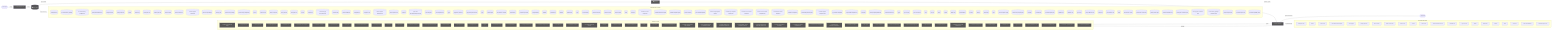
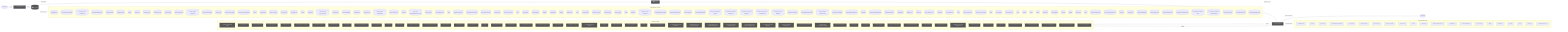
flowchart LR
  UserQ(["👤 User Query"])
  Embed["📐 Embedding Model"]
  VecDB[("📚 Vector Store")]
  Retriever["🔍 Retriever"]
  LLMNode["🧠 LLM / Generator"]
  Output(["✅ Response"])
  UserQ -->|query| Embed
  Embed -->|vector| VecDB
  VecDB -->|top-k chunks| Retriever
  Retriever -->|context + query| LLMNode
  LLMNode -->|generated answer| Output
  subgraph DetectedMemory["Detected memory stores"]
    det_detectedmemory_cli_dispatch_test_54c9f17b[("cli-dispatch.test")]
    det_detectedmemory_run_local_memory_preflight_36e92808[("run-local-memory-preflight")]
    det_detectedmemory_run_local_memory_preflight_test_1d7c5aa0[("run-local-memory-preflight.test")]
    det_detectedmemory_pr_template_validator_test_569b1cef[("pr-template-validator.test")]
    det_detectedmemory_tooling_audit_test_d2aee28c[("tooling-audit.test")]
    det_detectedmemory_tooling_audit_core_328d6a41[("tooling-audit-core")]
    det_detectedmemory_search_24193290[("search")]
    det_detectedmemory_search_test_0c66bc11[("search.test")]
    det_detectedmemory_review_gate_test_000e2ed6[("review-gate.test")]
    det_detectedmemory_review_gate_core_4c8001f9[("review-gate-core")]
    det_detectedmemory_review_context_ca6cf81d[("review-context")]
    det_detectedmemory_review_context_test_89806d6c[("review-context.test")]
    det_detectedmemory_refresh_diagram_context_test_03bf21c4[("refresh-diagram-context.test")]
    det_detectedmemory_pattern_scope_siblings_43abe000[("pattern-scope-siblings")]
    det_detectedmemory_memory_gate_a577a506[("memory-gate")]
    det_detectedmemory_local_memory_preflight_dcc36c42[("local-memory-preflight")]
    det_detectedmemory_local_memory_preflight_test_5e323bbf[("local-memory-preflight.test")]
    det_detectedmemory_init_test_cbba76a6[("init.test")]
    det_detectedmemory_index_context_de3ed39d[("index-context")]
    det_detectedmemory_index_context_test_1949ea6f[("index-context.test")]
    det_detectedmemory_docs_gate_test_a25e972f[("docs-gate.test")]
    det_detectedmemory_docs_gate_core_eb9b6c18[("docs-gate-core")]
    det_detectedmemory_context_ea7792a2[("context")]
    det_detectedmemory_context_test_57aad306[("context.test")]
    det_detectedmemory_context_integrity_acceptance_test_59f961b1[("context-integrity-acceptance.test")]
    det_detectedmemory_context_health_80bb7da9[("context-health")]
    det_detectedmemory_context_health_test_3b5b87f3[("context-health.test")]
    det_detectedmemory_ci_migrate_test_2a015bb9[("ci-migrate.test")]
    det_detectedmemory_ci_migrate_core_7005b5af[("ci-migrate-core")]
    det_detectedmemory_check_diagram_freshness_test_c1dc40aa[("check-diagram-freshness.test")]
    det_detectedmemory_branch_protect_core_a8feb0fd[("branch-protect-core")]
    det_detectedmemory_brain_test_428d4d67[("brain.test")]
    det_detectedmemory_agent_first_throughput_integration_test_dc677cc4[("agent-first-throughput.integration.test")]
    det_detectedmemory_overload_guard_2748c559[("overload-guard")]
    det_detectedmemory_overload_guard_test_6ece9f86[("overload-guard.test")]
-     det_detectedmemory_types_4_822d0f88[("types")]
+     det_detectedmemory_types_3_9675d69b[("types")]
    det_detectedmemory_suggestion_generator_0956f794[("suggestion-generator")]
    det_detectedmemory_suggestion_generator_test_f68e9892[("suggestion-generator.test")]
-     det_detectedmemory_types_7_2f1ed65e[("types")]
-     det_detectedmemory_claim_helpers_20dc8387[("claim-helpers")]
    det_detectedmemory_performance_overload_c685bfcf[("performance-overload")]
    det_detectedmemory_local_memory_0db17ecc[("local-memory")]
    det_detectedmemory_local_memory_smoke_1175abfc[("local-memory-smoke")]
+     det_detectedmemory_types_8_f6283648[("types")]
+     det_detectedmemory_claim_helpers_20dc8387[("claim-helpers")]
    det_detectedmemory_tooling_baseline_50ab2eeb[("tooling-baseline")]
    det_detectedmemory_classifier_fe1991a9[("classifier")]
    det_detectedmemory_classifier_test_3859cceb[("classifier.test")]
    det_detectedmemory_validator_1_0c0621d8[("validator")]
    det_detectedmemory_validator_test_1_c5015ca0[("validator.test")]
    det_detectedmemory_types_12_2b09659a[("types")]
    det_detectedmemory_metrics_tracker_98cec29c[("metrics-tracker")]
    det_detectedmemory_metrics_tracker_test_3de156fa[("metrics-tracker.test")]
    det_detectedmemory_branch_enforcer_acb749cd[("branch-enforcer")]
    det_detectedmemory_review_context_1_e3afed15[("review-context")]
    det_detectedmemory_index_2_10143590[("index")]
    det_detectedmemory_eval_seed_5699fd3e[("eval-seed")]
    det_detectedmemory_workflow_contract_scripts_test_681e2e3c[("workflow-contract-scripts.test")]
    det_detectedmemory_scaffold_workflow_template_92310587[("scaffold-workflow-template")]
    det_detectedmemory_scaffold_template_registry_b1cce2aa[("scaffold-template-registry")]
    det_detectedmemory_scaffold_surfaces_12d6494e[("scaffold-surfaces")]
    det_detectedmemory_scaffold_shell_templates_0ad0f915[("scaffold-shell-templates")]
    det_detectedmemory_scaffold_script_template_registry_69312d4e[("scaffold-script-template-registry")]
    det_detectedmemory_scaffold_script_template_registry_test_6a8ebefe[("scaffold-script-template-registry.test")]
    det_detectedmemory_scaffold_root_command_templates_404fed7f[("scaffold-root-command-templates")]
    det_detectedmemory_scaffold_root_command_templates_test_14596939[("scaffold-root-command-templates.test")]
    det_detectedmemory_scaffold_environment_templates_c1ceba6a[("scaffold-environment-templates")]
    det_detectedmemory_scaffold_doc_templates_f6152330[("scaffold-doc-templates")]
    det_detectedmemory_scaffold_diagram_templates_dd88e83c[("scaffold-diagram-templates")]
    det_detectedmemory_scaffold_diagram_templates_test_f3774c28[("scaffold-diagram-templates.test")]
    det_detectedmemory_project_brain_templates_7ef51530[("project-brain-templates")]
    det_detectedmemory_project_brain_templates_test_0b6509f2[("project-brain-templates.test")]
    det_detectedmemory_init_modes_c05ceb07[("init-modes")]
    det_detectedmemory_codex_preflight_symlink_test_037558db[("codex-preflight-symlink.test")]
    det_detectedmemory_harness_decision_test_7e5a4fe5[("harness-decision.test")]
-     det_detectedmemory_types_18_37582e2a[("types")]
+     det_detectedmemory_validator_test_5_2bb3219d[("validator.test")]
+     det_detectedmemory_validator_core_1_1518647e[("validator-core")]
+     det_detectedmemory_types_core_1_8bd0f8fd[("types-core")]
+     det_detectedmemory_policy_validators_core_714a3fe7[("policy-validators-core")]
+     det_detectedmemory_loader_test_03424671[("loader.test")]
+     det_detectedmemory_json_schema_core_96d7e328[("json-schema-core")]
+     det_detectedmemory_index_5_522f772a[("index")]
+     det_detectedmemory_harness_run_context_ac7c77a9[("harness-run-context")]
+     det_detectedmemory_harness_run_context_test_c6937fed[("harness-run-context.test")]
+     det_detectedmemory_types_19_eb4ad5f0[("types")]
    det_detectedmemory_sync_contract_c79fa191[("sync-contract")]
    det_detectedmemory_sync_contract_test_5dc3165c[("sync-contract.test")]
    det_detectedmemory_store_824d80d7[("store")]
    det_detectedmemory_sources_1_e133d97d[("sources")]
    det_detectedmemory_rollout_a4fa034c[("rollout")]
    det_detectedmemory_ollama_76e3c7bf[("ollama")]
    det_detectedmemory_ollama_test_71f9750e[("ollama.test")]
    det_detectedmemory_lexical_fallback_723e2b3e[("lexical-fallback")]
    det_detectedmemory_init_error_5c7dd49f[("init-error")]
    det_detectedmemory_indexer_70fa78e5[("indexer")]
    det_detectedmemory_indexer_test_d492f0aa[("indexer.test")]
-     det_detectedmemory_index_5_522f772a[("index")]
+     det_detectedmemory_index_6_fc9e91e2[("index")]
    det_detectedmemory_context_compact_policy_3dcaf95d[("context-compact-policy")]
    det_detectedmemory_context_compact_policy_test_da148267[("context-compact-policy.test")]
    det_detectedmemory_constants_7517017f[("constants")]
    det_detectedmemory_constants_test_5492ae98[("constants.test")]
    det_detectedmemory_command_registry_test_0cf92cba[("command-registry.test")]
-     det_detectedmemory_validator_test_5_2bb3219d[("validator.test")]
-     det_detectedmemory_validator_core_1_1518647e[("validator-core")]
-     det_detectedmemory_types_core_1_8bd0f8fd[("types-core")]
-     det_detectedmemory_policy_validators_core_714a3fe7[("policy-validators-core")]
-     det_detectedmemory_loader_test_03424671[("loader.test")]
-     det_detectedmemory_json_schema_core_96d7e328[("json-schema-core")]
-     det_detectedmemory_index_6_fc9e91e2[("index")]
-     det_detectedmemory_harness_run_context_ac7c77a9[("harness-run-context")]
-     det_detectedmemory_harness_run_context_test_c6937fed[("harness-run-context.test")]
    det_detectedmemory_branch_protect_sync_570adb18[("branch-protect-sync")]
    det_detectedmemory_module_boundaries_test_c0caf46b[("module-boundaries.test")]
    det_detectedmemory_review_gate_command_spec_3187376a[("review-gate-command-spec")]
    det_detectedmemory_memory_gate_command_spec_dc9001a9[("memory-gate-command-spec")]
    det_detectedmemory_local_memory_preflight_command_spec_9e23f3ce[("local-memory-preflight-command-spec")]
    det_detectedmemory_command_specs_test_7f693e85[("command-specs.test")]
    det_detectedmemory_command_specs_core_1c0ffc99[("command-specs-core")]
    det_detectedmemory_command_capability_rules_ca3f496a[("command-capability-rules")]
  end
  VecDB -. "implemented by" .-> DetectedMemory
  subgraph DetectedLLM["Detected LLM clients"]
    det_detectedllm_cli_dispatch_test_54c9f17b["cli-dispatch.test"]
    det_detectedllm_search_24193290["search"]
    det_detectedllm_search_test_0c66bc11["search.test"]
    det_detectedllm_remediate_runner_helpers_929fedcc["remediate-runner-helpers"]
    det_detectedllm_prompt_gate_c5e9d207["prompt-gate"]
    det_detectedllm_prompt_gate_test_1a442b27["prompt-gate.test"]
    det_detectedllm_index_context_de3ed39d["index-context"]
    det_detectedllm_index_context_test_1949ea6f["index-context.test"]
    det_detectedllm_contract_test_2262847f["contract.test"]
    det_detectedllm_context_ea7792a2["context"]
    det_detectedllm_context_test_57aad306["context.test"]
    det_detectedllm_check_environment_core_2c16213f["check-environment-core"]
    det_detectedllm_sensitive_text_7c11f760["sensitive-text"]
+     det_detectedllm_north_star_validators_cfc926ce["north-star-validators"]
    det_detectedllm_sync_contract_c79fa191["sync-contract"]
    det_detectedllm_ollama_76e3c7bf["ollama"]
    det_detectedllm_ollama_test_71f9750e["ollama.test"]
    det_detectedllm_indexer_70fa78e5["indexer"]
-     det_detectedllm_index_5_522f772a["index"]
+     det_detectedllm_index_6_fc9e91e2["index"]
    det_detectedllm_constants_7517017f["constants"]
-     det_detectedllm_north_star_validators_cfc926ce["north-star-validators"]
    det_detectedllm_command_specs_core_1c0ffc99["command-specs-core"]
  end
  LLMNode -. "implemented by" .-> DetectedLLM
  subgraph DetectedTools["Agentic tool calls"]
    det_detectedtools_collect_observed_eval_usage_1724425c["🔧 collect-observed-eval-usage"]
    det_detectedtools_verify_work_test_0e12f6c5["🔧 verify-work.test"]
    det_detectedtools_review_gate_test_000e2ed6["🔧 review-gate.test"]
    det_detectedtools_review_gate_core_4c8001f9["🔧 review-gate-core"]
    det_detectedtools_remediate_test_6f59cafe["🔧 remediate.test"]
    det_detectedtools_remediate_runner_helpers_929fedcc["🔧 remediate-runner-helpers"]
    det_detectedtools_remediate_cli_output_cc165396["🔧 remediate-cli-output"]
    det_detectedtools_pr_closeout_test_1_be1a0df1["🔧 pr-closeout.test"]
    det_detectedtools_policy_gate_213f7313["🔧 policy-gate"]
    det_detectedtools_next_blocked_decisions_4140ad2b["🔧 next-blocked-decisions"]
    det_detectedtools_learnings_test_e45e0253["🔧 learnings.test"]
    det_detectedtools_init_test_cbba76a6["🔧 init.test"]
    det_detectedtools_doctor_test_e032e8b5["🔧 doctor.test"]
    det_detectedtools_doctor_tool_checks_4acac51a["🔧 doctor-tool-checks"]
    det_detectedtools_doctor_github_tool_checks_a53b0382["🔧 doctor-github-tool-checks"]
    det_detectedtools_doctor_checks_5a2eb2b9["🔧 doctor-checks"]
    det_detectedtools_docs_gate_test_a25e972f["🔧 docs-gate.test"]
    det_detectedtools_ci_migrate_core_7005b5af["🔧 ci-migrate-core"]
    det_detectedtools_types_1_4ecdf56e["🔧 types"]
    det_detectedtools_orchestrator_test_1_c291cde7["🔧 orchestrator.test"]
    det_detectedtools_tooling_baseline_50ab2eeb["🔧 tooling-baseline"]
    det_detectedtools_tooling_baseline_test_d272ddb6["🔧 tooling-baseline.test"]
    det_detectedtools_evaluation_engine_core_e054fe49["🔧 evaluation-engine-core"]
    det_detectedtools_normalise_test_73e8a615["🔧 normalise.test"]
    det_detectedtools_normalise_renderer_85f2e563["🔧 normalise-renderer"]
    det_detectedtools_normalise_he_phase_exit_test_1788efc4["🔧 normalise-he-phase-exit.test"]
    det_detectedtools_validator_1_0c0621d8["🔧 validator"]
    det_detectedtools_metrics_tracker_98cec29c["🔧 metrics-tracker"]
    det_detectedtools_metrics_tracker_test_3de156fa["🔧 metrics-tracker.test"]
    det_detectedtools_client_1_914e1681["🔧 client"]
-     det_detectedtools_pr_creator_dc6b1ea4["🔧 pr-creator"]
    det_detectedtools_scaffold_shell_quality_test_79567d03["🔧 scaffold-shell-quality.test"]
    det_detectedtools_scaffold_release_private_npm_template_075499f8["🔧 scaffold-release-private-npm-template"]
    det_detectedtools_scaffold_github_actions_pr_pipeline_template_e2b85f62["🔧 scaffold-github-actions-pr-pipeline-template"]
    det_detectedtools_scaffold_github_actions_pr_pipeline_template_test_be464a7b["🔧 scaffold-github-actions-pr-pipeline-template.test"]
    det_detectedtools_scaffold_github_actions_pr_pipeline_renderer_1ee18de5["🔧 scaffold-github-actions-pr-pipeline-renderer"]
    det_detectedtools_scaffold_github_actions_pr_pipeline_renderer_test_2cc38272["🔧 scaffold-github-actions-pr-pipeline-renderer.test"]
    det_detectedtools_scaffold_environment_templates_c1ceba6a["🔧 scaffold-environment-templates"]
    det_detectedtools_scaffold_environment_templates_test_b31b6a0c["🔧 scaffold-environment-templates.test"]
    det_detectedtools_scaffold_config_templates_4b80ce53["🔧 scaffold-config-templates"]
    det_detectedtools_scaffold_codex_environment_templates_334fbbed["🔧 scaffold-codex-environment-templates"]
    det_detectedtools_scaffold_ci_templates_2afd6392["🔧 scaffold-ci-templates"]
    det_detectedtools_init_output_360dce91["🔧 init-output"]
+     det_detectedtools_pr_creator_dc6b1ea4["🔧 pr-creator"]
    det_detectedtools_closure_evidence_aaa31467["🔧 closure-evidence"]
    det_detectedtools_observed_skill_usage_ed7d5930["🔧 observed-skill-usage"]
    det_detectedtools_observed_skill_usage_test_311c215a["🔧 observed-skill-usage.test"]
    det_detectedtools_ralph_runtime_73d63c0e["🔧 ralph-runtime"]
    det_detectedtools_he_phase_exit_core_1148895b["🔧 he-phase-exit-core"]
    det_detectedtools_harness_closeout_gate_contracts_test_db1c74a7["🔧 harness-closeout-gate-contracts.test"]
-     det_detectedtools_command_registry_test_0cf92cba["🔧 command-registry.test"]
    det_detectedtools_validator_helpers_7b927667["🔧 validator-helpers"]
    det_detectedtools_validator_core_1_1518647e["🔧 validator-core"]
    det_detectedtools_types_core_1_8bd0f8fd["🔧 types-core"]
    det_detectedtools_policy_validators_core_714a3fe7["🔧 policy-validators-core"]
+     det_detectedtools_command_registry_test_0cf92cba["🔧 command-registry.test"]
    det_detectedtools_module_boundaries_test_c0caf46b["🔧 module-boundaries.test"]
    det_detectedtools_command_capability_rules_ca3f496a["🔧 command-capability-rules"]
    det_detectedtools_command_capabilities_a4d5c71e["🔧 command-capabilities"]
  end
  LLMNode -->|tool use| DetectedTools
  DetectedTools -->|result| LLMNode
  classDef memNode fill:#555,color:#fff
  class VecDB,Retriever memNode
  classDef llmNode fill:#555,color:#fff
  class LLMNode,Embed llmNode
  classDef toolNode fill:#555,color:#fff
-   class det_detectedtools_collect_observed_eval_usage_1724425c,det_detectedtools_verify_work_test_0e12f6c5,det_detectedtools_review_gate_test_000e2ed6,det_detectedtools_review_gate_core_4c8001f9,det_detectedtools_remediate_test_6f59cafe,det_detectedtools_remediate_runner_helpers_929fedcc,det_detectedtools_remediate_cli_output_cc165396,det_detectedtools_pr_closeout_test_1_be1a0df1,det_detectedtools_policy_gate_213f7313,det_detectedtools_next_blocked_decisions_4140ad2b,det_detectedtools_learnings_test_e45e0253,det_detectedtools_init_test_cbba76a6,det_detectedtools_doctor_test_e032e8b5,det_detectedtools_doctor_tool_checks_4acac51a,det_detectedtools_doctor_github_tool_checks_a53b0382,det_detectedtools_doctor_checks_5a2eb2b9,det_detectedtools_docs_gate_test_a25e972f,det_detectedtools_ci_migrate_core_7005b5af,det_detectedtools_types_1_4ecdf56e,det_detectedtools_orchestrator_test_1_c291cde7,det_detectedtools_tooling_baseline_50ab2eeb,det_detectedtools_tooling_baseline_test_d272ddb6,det_detectedtools_evaluation_engine_core_e054fe49,det_detectedtools_normalise_test_73e8a615,det_detectedtools_normalise_renderer_85f2e563,det_detectedtools_normalise_he_phase_exit_test_1788efc4,det_detectedtools_validator_1_0c0621d8,det_detectedtools_metrics_tracker_98cec29c,det_detectedtools_metrics_tracker_test_3de156fa,det_detectedtools_client_1_914e1681,det_detectedtools_pr_creator_dc6b1ea4,det_detectedtools_scaffold_shell_quality_test_79567d03,det_detectedtools_scaffold_release_private_npm_template_075499f8,det_detectedtools_scaffold_github_actions_pr_pipeline_template_e2b85f62,det_detectedtools_scaffold_github_actions_pr_pipeline_template_test_be464a7b,det_detectedtools_scaffold_github_actions_pr_pipeline_renderer_1ee18de5,det_detectedtools_scaffold_github_actions_pr_pipeline_renderer_test_2cc38272,det_detectedtools_scaffold_environment_templates_c1ceba6a,det_detectedtools_scaffold_environment_templates_test_b31b6a0c,det_detectedtools_scaffold_config_templates_4b80ce53,det_detectedtools_scaffold_codex_environment_templates_334fbbed,det_detectedtools_scaffold_ci_templates_2afd6392,det_detectedtools_init_output_360dce91,det_detectedtools_closure_evidence_aaa31467,det_detectedtools_observed_skill_usage_ed7d5930,det_detectedtools_observed_skill_usage_test_311c215a,det_detectedtools_ralph_runtime_73d63c0e,det_detectedtools_he_phase_exit_core_1148895b,det_detectedtools_harness_closeout_gate_contracts_test_db1c74a7,det_detectedtools_command_registry_test_0cf92cba,det_detectedtools_validator_helpers_7b927667,det_detectedtools_validator_core_1_1518647e,det_detectedtools_types_core_1_8bd0f8fd,det_detectedtools_policy_validators_core_714a3fe7,det_detectedtools_module_boundaries_test_c0caf46b,det_detectedtools_command_capability_rules_ca3f496a,det_detectedtools_command_capabilities_a4d5c71e toolNode
+   class det_detectedtools_collect_observed_eval_usage_1724425c,det_detectedtools_verify_work_test_0e12f6c5,det_detectedtools_review_gate_test_000e2ed6,det_detectedtools_review_gate_core_4c8001f9,det_detectedtools_remediate_test_6f59cafe,det_detectedtools_remediate_runner_helpers_929fedcc,det_detectedtools_remediate_cli_output_cc165396,det_detectedtools_pr_closeout_test_1_be1a0df1,det_detectedtools_policy_gate_213f7313,det_detectedtools_next_blocked_decisions_4140ad2b,det_detectedtools_learnings_test_e45e0253,det_detectedtools_init_test_cbba76a6,det_detectedtools_doctor_test_e032e8b5,det_detectedtools_doctor_tool_checks_4acac51a,det_detectedtools_doctor_github_tool_checks_a53b0382,det_detectedtools_doctor_checks_5a2eb2b9,det_detectedtools_docs_gate_test_a25e972f,det_detectedtools_ci_migrate_core_7005b5af,det_detectedtools_types_1_4ecdf56e,det_detectedtools_orchestrator_test_1_c291cde7,det_detectedtools_tooling_baseline_50ab2eeb,det_detectedtools_tooling_baseline_test_d272ddb6,det_detectedtools_evaluation_engine_core_e054fe49,det_detectedtools_normalise_test_73e8a615,det_detectedtools_normalise_renderer_85f2e563,det_detectedtools_normalise_he_phase_exit_test_1788efc4,det_detectedtools_validator_1_0c0621d8,det_detectedtools_metrics_tracker_98cec29c,det_detectedtools_metrics_tracker_test_3de156fa,det_detectedtools_client_1_914e1681,det_detectedtools_scaffold_shell_quality_test_79567d03,det_detectedtools_scaffold_release_private_npm_template_075499f8,det_detectedtools_scaffold_github_actions_pr_pipeline_template_e2b85f62,det_detectedtools_scaffold_github_actions_pr_pipeline_template_test_be464a7b,det_detectedtools_scaffold_github_actions_pr_pipeline_renderer_1ee18de5,det_detectedtools_scaffold_github_actions_pr_pipeline_renderer_test_2cc38272,det_detectedtools_scaffold_environment_templates_c1ceba6a,det_detectedtools_scaffold_environment_templates_test_b31b6a0c,det_detectedtools_scaffold_config_templates_4b80ce53,det_detectedtools_scaffold_codex_environment_templates_334fbbed,det_detectedtools_scaffold_ci_templates_2afd6392,det_detectedtools_init_output_360dce91,det_detectedtools_pr_creator_dc6b1ea4,det_detectedtools_closure_evidence_aaa31467,det_detectedtools_observed_skill_usage_ed7d5930,det_detectedtools_observed_skill_usage_test_311c215a,det_detectedtools_ralph_runtime_73d63c0e,det_detectedtools_he_phase_exit_core_1148895b,det_detectedtools_harness_closeout_gate_contracts_test_db1c74a7,det_detectedtools_validator_helpers_7b927667,det_detectedtools_validator_core_1_1518647e,det_detectedtools_types_core_1_8bd0f8fd,det_detectedtools_policy_validators_core_714a3fe7,det_detectedtools_command_registry_test_0cf92cba,det_detectedtools_module_boundaries_test_c0caf46b,det_detectedtools_command_capability_rules_ca3f496a,det_detectedtools_command_capabilities_a4d5c71e toolNode
